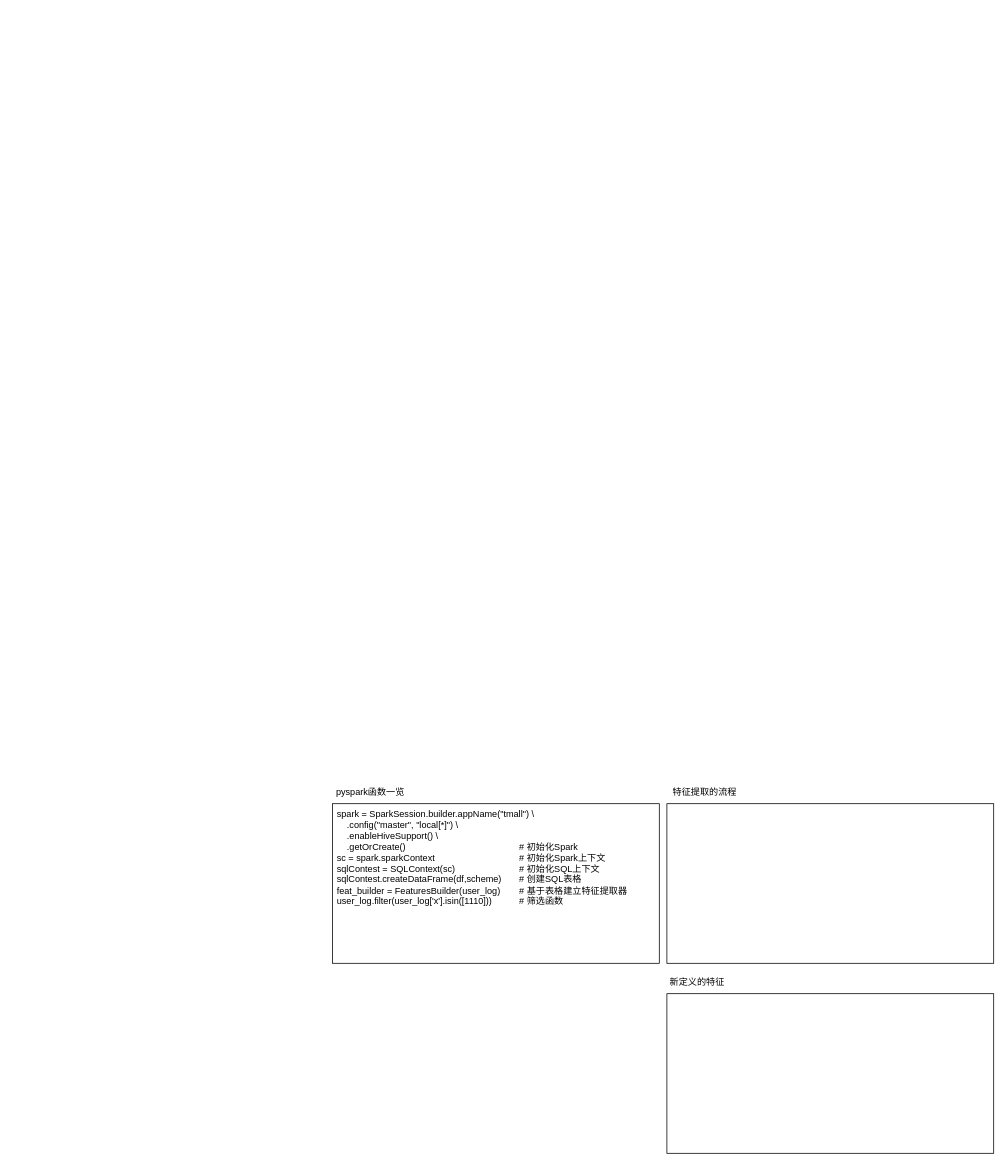
The draw.io diagram tmall2.drawio in limpid-11/drawio, before the edit. Source tidied: cells renumbered, new cells numbered last; positions are measured from the earlier drawing's top-left corner, leaving out a move shared by most shapes. Both pictures are drawn from the tidied source at 76%, with x=0, y=0 at pixel (332, 781).
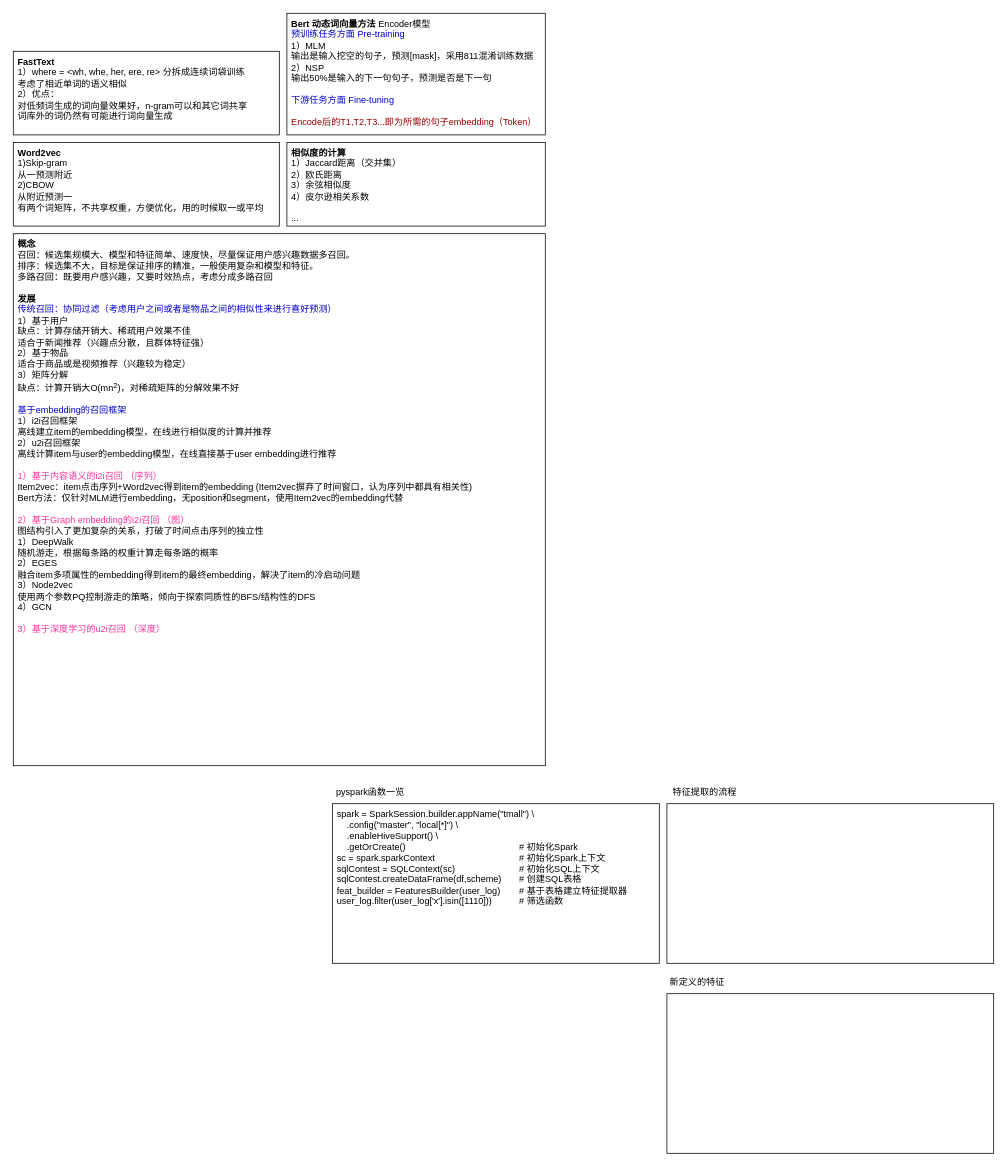
Above is the later version.

Diff of the diagram source:
```diff
@@
 <mxGraphModel>
   <root>
     <mxCell id="0" />
     <mxCell id="1" parent="0" />
     <mxCell id="2" value="&lt;div&gt;spark = SparkSession.builder&lt;span style=&quot;background-color: initial;&quot;&gt;.appName(&quot;tmall&quot;) \&lt;/span&gt;&lt;/div&gt;&lt;div&gt;&amp;nbsp; &amp;nbsp; .config(&quot;master&quot;, &quot;local[*]&quot;) \&lt;/div&gt;&lt;div&gt;&amp;nbsp; &amp;nbsp; .enableHiveSupport() \&lt;/div&gt;&lt;div&gt;&amp;nbsp; &amp;nbsp; .getOrCreate()&lt;span style=&quot;white-space: pre;&quot;&gt;&#9;&lt;/span&gt;&lt;span style=&quot;white-space: pre;&quot;&gt;&#9;&lt;/span&gt;&lt;span style=&quot;white-space: pre;&quot;&gt;&#9;&lt;/span&gt;&lt;span style=&quot;white-space: pre;&quot;&gt;&#9;&lt;/span&gt;&lt;span style=&quot;white-space: pre;&quot;&gt;&#9;&lt;span style=&quot;white-space: pre;&quot;&gt;&#9;&lt;/span&gt;&lt;/span&gt;# 初始化Spark&lt;/div&gt;&lt;div&gt;sc = spark.sparkContext&lt;span style=&quot;white-space: pre;&quot;&gt;&#9;&lt;/span&gt;&lt;span style=&quot;white-space: pre;&quot;&gt;&#9;&lt;/span&gt;&lt;span style=&quot;white-space: pre;&quot;&gt;&#9;&lt;/span&gt;&lt;span style=&quot;white-space: pre;&quot;&gt;&#9;&lt;span style=&quot;white-space: pre;&quot;&gt;&#9;&lt;/span&gt;&lt;/span&gt;# 初始化Spark上下文&lt;br&gt;&lt;/div&gt;&lt;div&gt;sqlContest = SQLContext(sc)&lt;span style=&quot;white-space: pre;&quot;&gt;&#9;&lt;/span&gt;&lt;span style=&quot;white-space: pre;&quot;&gt;&#9;&lt;/span&gt;&lt;span style=&quot;white-space: pre;&quot;&gt;&#9;&lt;span style=&quot;white-space: pre;&quot;&gt;&#9;&lt;/span&gt;&lt;/span&gt;# 初始化SQL上下文&lt;br&gt;&lt;/div&gt;&lt;div&gt;sqlContest.createDataFrame(df,scheme)&lt;span style=&quot;white-space: pre;&quot;&gt;&#9;&lt;/span&gt;# 创建SQL表格&lt;br&gt;&lt;/div&gt;&lt;div&gt;feat_builder = FeaturesBuilder(user_log)&lt;span style=&quot;white-space: pre;&quot;&gt;&#9;&lt;/span&gt;# 基于表格建立特征提取器&lt;br&gt;&lt;/div&gt;&lt;div&gt;user_log.filter(user_log['x'].isin([1110]))&lt;span style=&quot;white-space: pre;&quot;&gt;&#9;&lt;/span&gt;&lt;span style=&quot;white-space: pre;&quot;&gt;&#9;&lt;/span&gt;# 筛选函数&lt;br&gt;&lt;/div&gt;&lt;div&gt;&lt;br&gt;&lt;/div&gt;&lt;div&gt;&lt;br&gt;&lt;/div&gt;" style="rounded=0;whiteSpace=wrap;html=1;align=left;verticalAlign=top;spacingLeft=4;" parent="1" vertex="1">
       <mxGeometry y="30" width="430" height="210" as="geometry" />
     </mxCell>
     <mxCell id="3" value="pyspark函数一览" style="text;html=1;align=center;verticalAlign=middle;whiteSpace=wrap;rounded=0;" parent="1" vertex="1">
       <mxGeometry width="100" height="30" as="geometry" />
     </mxCell>
     <mxCell id="4" value="&lt;div&gt;&lt;br&gt;&lt;/div&gt;" style="rounded=0;whiteSpace=wrap;html=1;align=left;verticalAlign=top;spacingLeft=4;" parent="1" vertex="1">
       <mxGeometry x="440" y="30" width="430" height="210" as="geometry" />
     </mxCell>
     <mxCell id="5" value="特征提取的流程" style="text;html=1;align=center;verticalAlign=middle;whiteSpace=wrap;rounded=0;" parent="1" vertex="1">
       <mxGeometry x="440" width="100" height="30" as="geometry" />
     </mxCell>
     <mxCell id="6" value="新定义的特征" style="text;html=1;align=center;verticalAlign=middle;whiteSpace=wrap;rounded=0;" parent="1" vertex="1">
       <mxGeometry x="440" y="250" width="80" height="30" as="geometry" />
     </mxCell>
     <mxCell id="7" value="&lt;div&gt;&lt;br&gt;&lt;/div&gt;" style="rounded=0;whiteSpace=wrap;html=1;align=left;verticalAlign=top;spacingLeft=4;" parent="1" vertex="1">
       <mxGeometry x="440" y="280" width="430" height="210" as="geometry" />
     </mxCell>
+    <mxCell id="8" value="&lt;div&gt;&lt;b&gt;概念&lt;/b&gt;&lt;/div&gt;&lt;div&gt;召回：候选集规模大、模型和特征简单、速度快，尽量保证用户感兴趣数据多召回。&lt;/div&gt;&lt;div&gt;排序：候选集不大，目标是保证排序的精准，一般使用复杂和模型和特征。&lt;/div&gt;&lt;div&gt;多路召回：既要用户感兴趣，又要时效热点，考虑分成多路召回&lt;/div&gt;&lt;div&gt;&lt;br&gt;&lt;/div&gt;&lt;div&gt;&lt;b&gt;发展&lt;/b&gt;&lt;/div&gt;&lt;div&gt;&lt;font color=&quot;#0000cc&quot;&gt;传统召回：协同过滤（考虑用户之间或者是物品之间的相似性来进行喜好预测）&lt;/font&gt;&lt;/div&gt;&lt;div&gt;1）基于用户&lt;/div&gt;&lt;div&gt;缺点：计算存储开销大、稀疏用户效果不佳&lt;/div&gt;&lt;div&gt;适合于新闻推荐（兴趣点分散，且群体特征强）&lt;/div&gt;&lt;div&gt;2）基于物品&lt;/div&gt;&lt;div&gt;适合于商品或是视频推荐（兴趣较为稳定）&lt;/div&gt;&lt;div&gt;3）矩阵分解&lt;br&gt;&lt;/div&gt;&lt;div&gt;缺点：计算开销大O(mn&lt;sup&gt;2&lt;/sup&gt;)，对稀疏矩阵的分解效果不好&lt;/div&gt;&lt;div&gt;&lt;br&gt;&lt;/div&gt;&lt;div&gt;&lt;font color=&quot;#0000cc&quot;&gt;基于embedding的召回框架&lt;/font&gt;&lt;/div&gt;&lt;div&gt;1）i2i召回框架&lt;/div&gt;&lt;div&gt;离线建立item的embedding模型，在线进行相似度的计算并推荐&lt;/div&gt;&lt;div&gt;2）u2i召回框架&lt;/div&gt;&lt;div&gt;离线计算item与user的&lt;span style=&quot;background-color: initial;&quot;&gt;embedding模型，在线直接基于user&amp;nbsp;&lt;/span&gt;&lt;span style=&quot;background-color: initial;&quot;&gt;embedding进行推荐&lt;/span&gt;&lt;/div&gt;&lt;div&gt;&lt;br&gt;&lt;/div&gt;&lt;div&gt;&lt;font color=&quot;#ff3399&quot;&gt;1）基于内容语义的i2i召回 （序列）&lt;/font&gt;&lt;/div&gt;&lt;div&gt;Item2vec：item点击序列+Word2vec得到item的embedding (&lt;span style=&quot;background-color: initial;&quot;&gt;Item2vec&lt;/span&gt;&lt;span style=&quot;background-color: initial;&quot;&gt;摒弃了时间窗口，认为序列中都具有相关性)&lt;/span&gt;&lt;/div&gt;&lt;div&gt;&lt;span style=&quot;background-color: initial;&quot;&gt;Bert方法：仅针对MLM进行embedding，无position和segment，使用&lt;/span&gt;&lt;span style=&quot;background-color: initial;&quot;&gt;Item2vec的embedding代替&lt;/span&gt;&lt;/div&gt;&lt;div&gt;&lt;span style=&quot;background-color: initial;&quot;&gt;&lt;br&gt;&lt;/span&gt;&lt;/div&gt;&lt;div&gt;&lt;span style=&quot;background-color: initial;&quot;&gt;&lt;font color=&quot;#ff3399&quot;&gt;2）基于Graph embedding的i2i召回 （图）&lt;/font&gt;&lt;/span&gt;&lt;/div&gt;&lt;div&gt;&lt;span style=&quot;background-color: initial;&quot;&gt;图结构引入了更加复杂的关系，打破了时间点击序列的独立性&lt;/span&gt;&lt;/div&gt;&lt;div&gt;&lt;span style=&quot;background-color: initial;&quot;&gt;1）DeepWalk&lt;/span&gt;&lt;br&gt;&lt;/div&gt;&lt;div&gt;随机游走，根据每条路的权重计算走每条路的概率&lt;/div&gt;&lt;div&gt;&lt;span style=&quot;background-color: initial;&quot;&gt;2）EGES&lt;/span&gt;&lt;/div&gt;&lt;div&gt;&lt;span style=&quot;background-color: initial;&quot;&gt;融合item多项属性的embedding得到item的最终embedding，解决了item的冷启动问题&lt;/span&gt;&lt;/div&gt;&lt;div&gt;3）Node2vec&lt;/div&gt;&lt;div&gt;使用两个参数PQ控制游走的策略，倾向于探索同质性的BFS/结构性的DFS&lt;/div&gt;&lt;div&gt;4）GCN&lt;/div&gt;&lt;div&gt;&lt;br&gt;&lt;/div&gt;&lt;div&gt;&lt;span style=&quot;color: rgb(255, 51, 153);&quot;&gt;3）基于深度学习的u2i召回 （深度）&lt;/span&gt;&lt;br&gt;&lt;/div&gt;" style="rounded=0;whiteSpace=wrap;html=1;align=left;verticalAlign=top;spacingLeft=4;" parent="1" vertex="1">
+      <mxGeometry x="-420" y="-720" width="700" height="700" as="geometry" />
+    </mxCell>
+    <mxCell id="9" value="&lt;div&gt;&lt;b&gt;相似度的计算&lt;/b&gt;&lt;/div&gt;&lt;div&gt;1）Jaccard距离（交并集）&lt;/div&gt;&lt;div&gt;2）欧氏距离&lt;/div&gt;&lt;div&gt;3）余弦相似度&lt;/div&gt;&lt;div&gt;4）皮尔逊相关系数&lt;/div&gt;&lt;div&gt;&lt;br&gt;&lt;/div&gt;&lt;div&gt;...&lt;/div&gt;" style="rounded=0;whiteSpace=wrap;html=1;align=left;verticalAlign=top;spacingLeft=4;" parent="1" vertex="1">
+      <mxGeometry x="-60" y="-840" width="340" height="110" as="geometry" />
+    </mxCell>
+    <mxCell id="10" value="&lt;b&gt;Word2vec&lt;/b&gt;&lt;div&gt;1)Skip-gram&lt;/div&gt;&lt;div&gt;从一预测附近&lt;/div&gt;&lt;div&gt;2)CBOW&lt;/div&gt;&lt;div&gt;从附近预测一&lt;/div&gt;&lt;div&gt;有两个词矩阵，不共享权重，方便优化，用的时候取一或平均&lt;/div&gt;" style="rounded=0;whiteSpace=wrap;html=1;align=left;verticalAlign=top;spacingLeft=4;" parent="1" vertex="1">
+      <mxGeometry x="-420" y="-840" width="350" height="110" as="geometry" />
+    </mxCell>
+    <mxCell id="11" value="&lt;b&gt;FastText&lt;/b&gt;&lt;br&gt;&lt;div&gt;1）where = &amp;lt;wh, whe, her, ere, re&amp;gt; 分拆成连续词袋训练&lt;/div&gt;&lt;div&gt;考虑了相近单词的语义相似&lt;/div&gt;&lt;div&gt;2）优点：&lt;/div&gt;&lt;div&gt;对低频词生成的词向量效果好，n-gram可以和其它词共享&lt;br&gt;&lt;/div&gt;&lt;div&gt;词库外的词仍然有可能进行词向量生成&lt;/div&gt;" style="rounded=0;whiteSpace=wrap;html=1;align=left;verticalAlign=top;spacingLeft=4;" parent="1" vertex="1">
+      <mxGeometry x="-420" y="-960" width="350" height="110" as="geometry" />
+    </mxCell>
+    <mxCell id="12" value="&lt;b&gt;Bert 动态词向量方法&amp;nbsp;&lt;/b&gt;Encoder模型&lt;br&gt;&lt;div&gt;&lt;font color=&quot;#0000cc&quot;&gt;预训练任务方面 Pre-training&lt;/font&gt;&lt;/div&gt;&lt;div&gt;1）MLM&lt;/div&gt;&lt;div&gt;输出是输入挖空的句子，&lt;span style=&quot;background-color: initial;&quot;&gt;预测[mask]，采用811混淆训练数据&lt;/span&gt;&lt;/div&gt;&lt;div&gt;2）NSP&lt;/div&gt;&lt;div&gt;输出50%是输入的下一句句子，预测是否是下一句&lt;/div&gt;&lt;div&gt;&lt;br&gt;&lt;/div&gt;&lt;div&gt;&lt;font color=&quot;#0000cc&quot;&gt;下游任务方面 Fine-tuning&lt;/font&gt;&lt;/div&gt;&lt;div&gt;&lt;font color=&quot;#0000cc&quot;&gt;&lt;br&gt;&lt;/font&gt;&lt;/div&gt;&lt;div&gt;&lt;font color=&quot;#990000&quot;&gt;Encode后的T1,T2,T3...即为所需的句子embedding（Token）&lt;/font&gt;&lt;/div&gt;" style="rounded=0;whiteSpace=wrap;html=1;align=left;verticalAlign=top;spacingLeft=4;" parent="1" vertex="1">
+      <mxGeometry x="-60" y="-1010" width="340" height="160" as="geometry" />
+    </mxCell>
   </root>
 </mxGraphModel>
```
